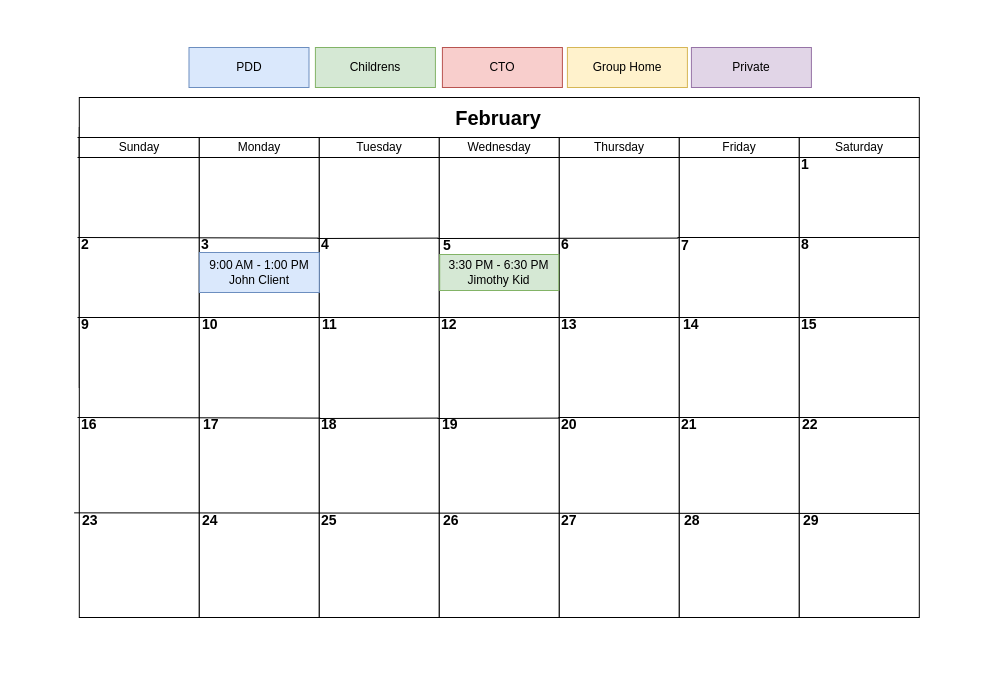
Above: page "Calendar View" (1 of 3) of Diagrams/Outputs/Worker View Mockup.drawio in Harlento/SchedulingSystem (draw.io), before the change. Source tidied: cells renumbered, new cells numbered last; positions are measured from the earlier drawing's top-left corner, leaving out a move shared by most shapes. Both pictures are drawn from the tidied source at 100%, with x=0, y=0 at pixel (77, 47).
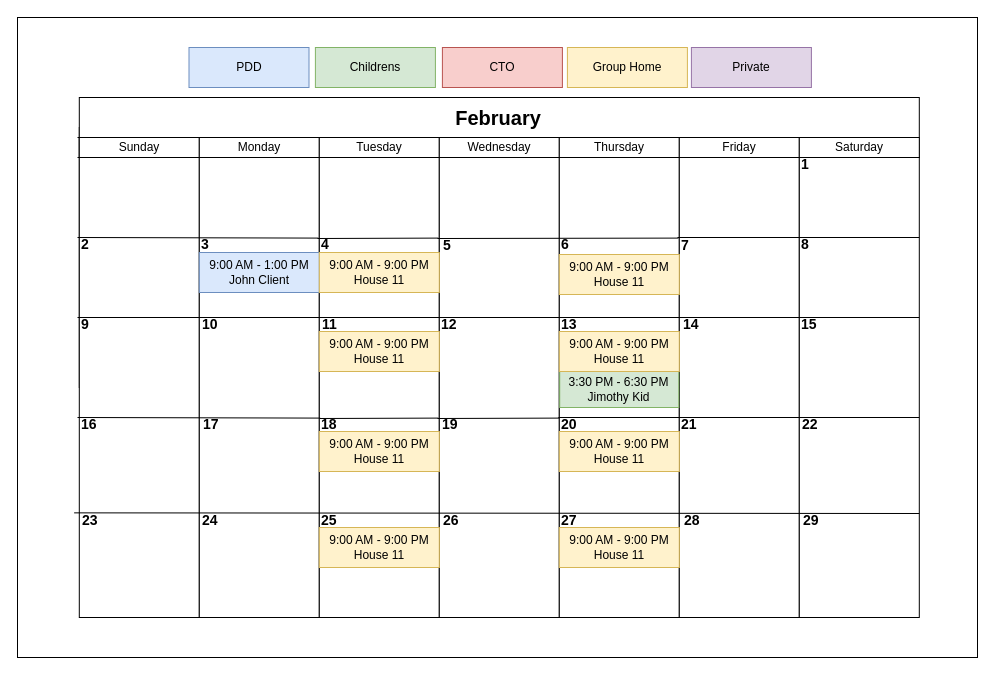
After the change.

Diff of the diagram source:
```diff
@@
+    <mxCell id="67" style="rounded=0;whiteSpace=wrap;html=1;" parent="1" vertex="1">
+      <mxGeometry x="-60" y="-30" width="960" height="640" as="geometry" />
+    </mxCell>
@@
     <mxCell id="23" value="&lt;span style=&quot;white-space: normal&quot;&gt;3:30 PM - 6:30 PM&lt;br&gt;Jimothy Kid&lt;/span&gt;" style="rounded=0;whiteSpace=wrap;html=1;fillColor=#d5e8d4;strokeColor=#82b366;" parent="1" vertex="1">
-      <mxGeometry x="362.2" y="207" width="119.1" height="36" as="geometry" />
+      <mxGeometry x="482.2" y="324" width="119.1" height="36" as="geometry" />
     </mxCell>
@@
+    <mxCell id="68" value="&lt;span style=&quot;white-space: normal&quot;&gt;9:00 AM - 9:00 PM&lt;/span&gt;&lt;br style=&quot;white-space: normal&quot;&gt;House 11" style="rounded=0;whiteSpace=wrap;html=1;fillColor=#fff2cc;strokeColor=#d6b656;" parent="1" vertex="1">
+      <mxGeometry x="241.8" y="205" width="120" height="40" as="geometry" />
+    </mxCell>
+    <mxCell id="69" value="&lt;span style=&quot;white-space: normal&quot;&gt;9:00 AM - 9:00 PM&lt;/span&gt;&lt;br style=&quot;white-space: normal&quot;&gt;House 11" style="rounded=0;whiteSpace=wrap;html=1;fillColor=#fff2cc;strokeColor=#d6b656;" parent="1" vertex="1">
+      <mxGeometry x="481.8" y="207" width="120" height="40" as="geometry" />
+    </mxCell>
+    <mxCell id="70" value="&lt;span style=&quot;white-space: normal&quot;&gt;9:00 AM - 9:00 PM&lt;/span&gt;&lt;br style=&quot;white-space: normal&quot;&gt;House 11" style="rounded=0;whiteSpace=wrap;html=1;fillColor=#fff2cc;strokeColor=#d6b656;" parent="1" vertex="1">
+      <mxGeometry x="241.8" y="384" width="120" height="40" as="geometry" />
+    </mxCell>
+    <mxCell id="71" value="&lt;span style=&quot;white-space: normal&quot;&gt;9:00 AM - 9:00 PM&lt;/span&gt;&lt;br style=&quot;white-space: normal&quot;&gt;House 11" style="rounded=0;whiteSpace=wrap;html=1;fillColor=#fff2cc;strokeColor=#d6b656;" parent="1" vertex="1">
+      <mxGeometry x="481.8" y="284" width="120" height="40" as="geometry" />
+    </mxCell>
+    <mxCell id="72" value="&lt;span style=&quot;white-space: normal&quot;&gt;9:00 AM - 9:00 PM&lt;/span&gt;&lt;br style=&quot;white-space: normal&quot;&gt;House 11" style="rounded=0;whiteSpace=wrap;html=1;fillColor=#fff2cc;strokeColor=#d6b656;" parent="1" vertex="1">
+      <mxGeometry x="241.8" y="284" width="120" height="40" as="geometry" />
+    </mxCell>
+    <mxCell id="73" value="&lt;span style=&quot;white-space: normal&quot;&gt;9:00 AM - 9:00 PM&lt;/span&gt;&lt;br style=&quot;white-space: normal&quot;&gt;House 11" style="rounded=0;whiteSpace=wrap;html=1;fillColor=#fff2cc;strokeColor=#d6b656;" parent="1" vertex="1">
+      <mxGeometry x="481.8" y="384" width="120" height="40" as="geometry" />
+    </mxCell>
+    <mxCell id="74" value="&lt;span style=&quot;white-space: normal&quot;&gt;9:00 AM - 9:00 PM&lt;/span&gt;&lt;br style=&quot;white-space: normal&quot;&gt;House 11" style="rounded=0;whiteSpace=wrap;html=1;fillColor=#fff2cc;strokeColor=#d6b656;" parent="1" vertex="1">
+      <mxGeometry x="481.8" y="480" width="120" height="40" as="geometry" />
+    </mxCell>
+    <mxCell id="75" value="&lt;span style=&quot;white-space: normal&quot;&gt;9:00 AM - 9:00 PM&lt;/span&gt;&lt;br style=&quot;white-space: normal&quot;&gt;House 11" style="rounded=0;whiteSpace=wrap;html=1;fillColor=#fff2cc;strokeColor=#d6b656;" parent="1" vertex="1">
+      <mxGeometry x="241.8" y="480" width="120" height="40" as="geometry" />
+    </mxCell>
```
